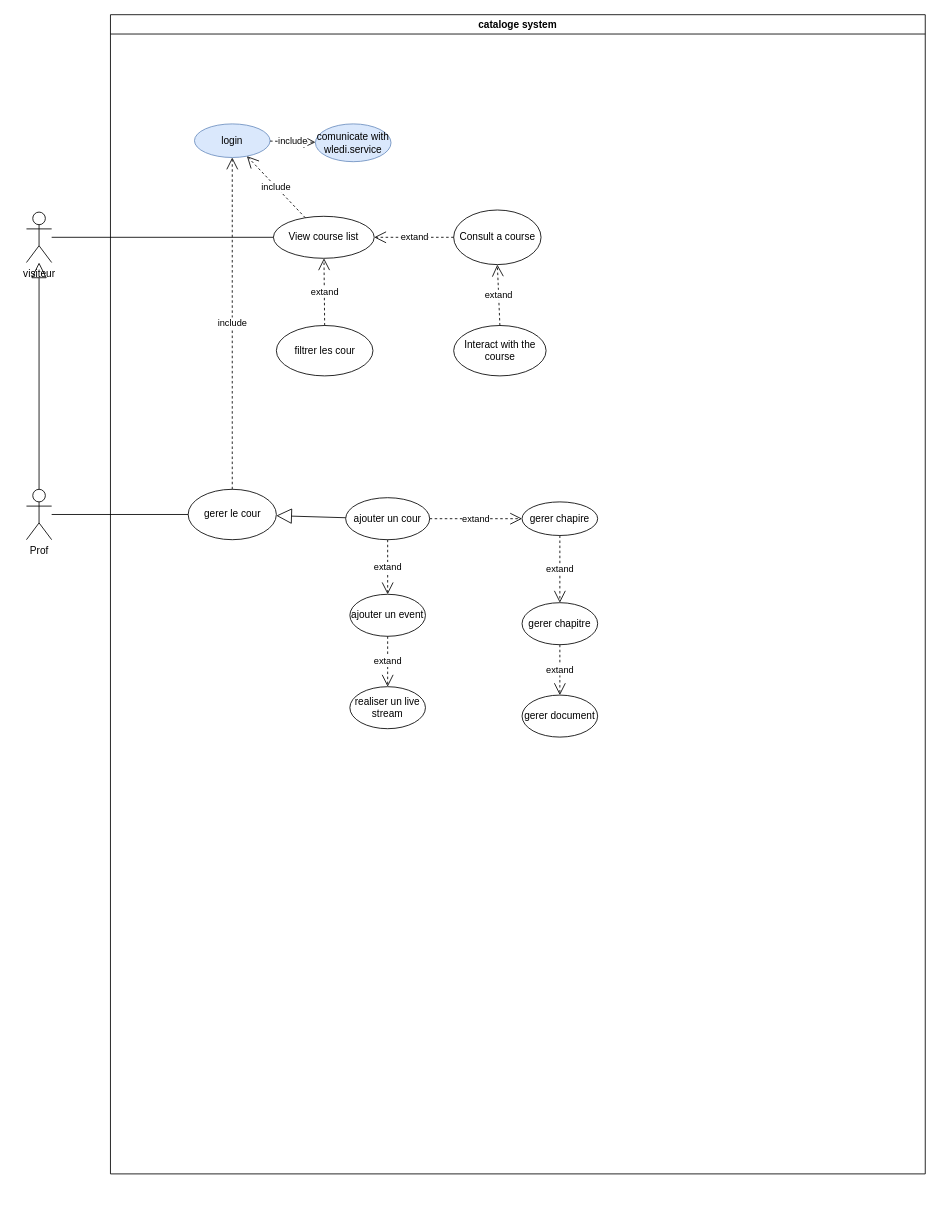
Earlier version of the draw.io diagram use_case_catalog.drawio (faresUnderScore999/test1.0). Source tidied: cells renumbered, new cells numbered last; positions are measured from the earlier drawing's top-left corner, leaving out a move shared by most shapes. Both pictures are drawn from the tidied source at 84%, with x=0, y=0 at pixel (26, 14).
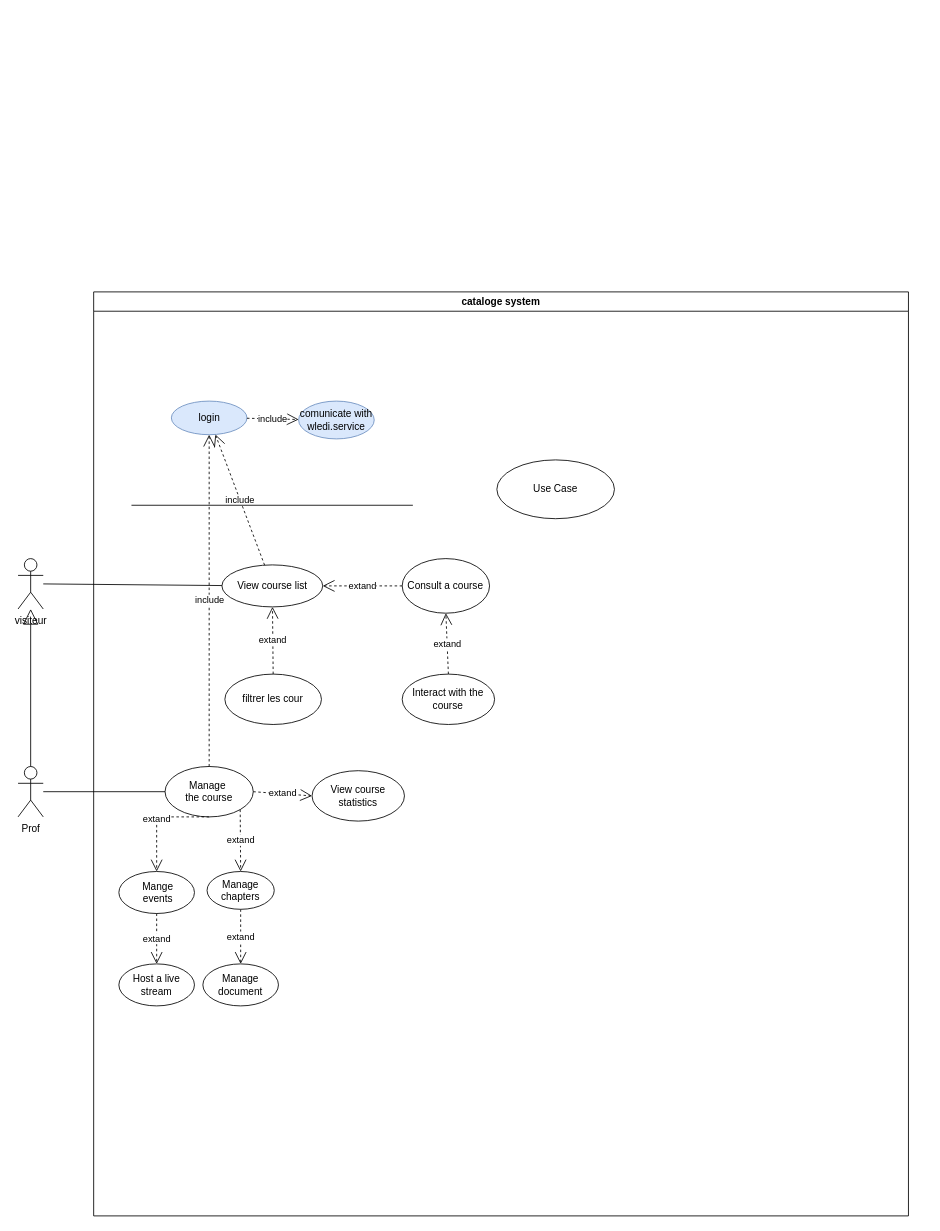
After the change.

Commit message (it also covers changes not shown here):
Mettre à jour use_case_catalog.drawio

What changed in the source:
```diff
@@
     <mxCell id="2" value="Prof" style="shape=umlActor;verticalLabelPosition=bottom;verticalAlign=top;html=1;" parent="1" vertex="1">
-      <mxGeometry y="565" width="30" height="60" as="geometry" />
+      <mxGeometry x="-10" y="895" width="30" height="60" as="geometry" />
     </mxCell>
     <mxCell id="3" value="cataloge system" style="swimlane;whiteSpace=wrap;html=1;" parent="1" vertex="1">
-      <mxGeometry x="100" width="970" height="1380" as="geometry" />
+      <mxGeometry x="80" y="330" width="970" height="1100" as="geometry" />
     </mxCell>
     <mxCell id="4" value="login" style="ellipse;whiteSpace=wrap;html=1;fillColor=#dae8fc;strokeColor=#6c8ebf;" parent="3" vertex="1">
-      <mxGeometry x="100" y="130" width="90" height="40" as="geometry" />
+      <mxGeometry x="92.5" y="130" width="90" height="40" as="geometry" />
     </mxCell>
@@
     <mxCell id="7" value="View course list" style="ellipse;whiteSpace=wrap;html=1;" parent="3" vertex="1">
-      <mxGeometry x="194" y="240" width="120" height="50" as="geometry" />
+      <mxGeometry x="152.7" y="325" width="120" height="50" as="geometry" />
     </mxCell>
@@
     <mxCell id="9" value="filtrer les cour" style="ellipse;whiteSpace=wrap;html=1;" parent="3" vertex="1">
-      <mxGeometry x="197.5" y="370" width="115" height="60" as="geometry" />
+      <mxGeometry x="156.2" y="455" width="115" height="60" as="geometry" />
     </mxCell>
@@
-    <mxCell id="11" value="gerer le cour" style="ellipse;whiteSpace=wrap;html=1;" parent="3" vertex="1">
-      <mxGeometry x="92.5" y="565" width="105" height="60" as="geometry" />
+    <mxCell id="11" value="Manage&amp;nbsp;&lt;div&gt;the course&lt;/div&gt;" style="ellipse;whiteSpace=wrap;html=1;" parent="3" vertex="1">
+      <mxGeometry x="85" y="565" width="105" height="60" as="geometry" />
     </mxCell>
-    <mxCell id="12" value="ajouter un cour" style="ellipse;whiteSpace=wrap;html=1;" parent="3" vertex="1">
-      <mxGeometry x="280" y="575" width="100" height="50" as="geometry" />
-    </mxCell>
-    <mxCell id="13" value="gerer chapitre" style="ellipse;whiteSpace=wrap;html=1;" parent="3" vertex="1">
-      <mxGeometry x="490" y="700" width="90" height="50" as="geometry" />
-    </mxCell>
-    <mxCell id="14" value="ajouter un event" style="ellipse;whiteSpace=wrap;html=1;" parent="3" vertex="1">
-      <mxGeometry x="285" y="690" width="90" height="50" as="geometry" />
+    <mxCell id="14" value="&amp;nbsp;Mange&lt;div&gt;&amp;nbsp;events&lt;/div&gt;" style="ellipse;whiteSpace=wrap;html=1;" parent="3" vertex="1">
+      <mxGeometry x="30" y="690" width="90" height="50" as="geometry" />
     </mxCell>
-    <mxCell id="15" value="extand" style="endArrow=open;endSize=12;dashed=1;html=1;rounded=0;" parent="3" edge="1" source="12" target="14">
-      <mxGeometry relative="1" as="geometry" />
+    <mxCell id="15" value="extand" style="endArrow=open;endSize=12;dashed=1;html=1;rounded=0;exitX=0.5;exitY=1;exitDx=0;exitDy=0;" parent="3" edge="1" source="11" target="14">
+      <mxGeometry relative="1" as="geometry">
+        <Array as="points">
+          <mxPoint x="75" y="625" />
+        </Array>
+      </mxGeometry>
     </mxCell>
-    <mxCell id="16" value="extand" style="endArrow=open;endSize=12;dashed=1;html=1;rounded=0;" parent="3" edge="1" source="23" target="13">
+    <mxCell id="16" value="extand" style="endArrow=open;endSize=12;dashed=1;html=1;rounded=0;entryX=0.5;entryY=0;entryDx=0;entryDy=0;" parent="3" edge="1" source="23" target="17">
       <mxGeometry relative="1" as="geometry" />
     </mxCell>
-    <mxCell id="17" value="gerer document" style="ellipse;whiteSpace=wrap;html=1;" parent="3" vertex="1">
-      <mxGeometry x="490" y="810" width="90" height="50" as="geometry" />
+    <mxCell id="17" value="Manage document" style="ellipse;whiteSpace=wrap;html=1;" parent="3" vertex="1">
+      <mxGeometry x="130" y="800" width="90" height="50" as="geometry" />
     </mxCell>
-    <mxCell id="18" value="extand" style="endArrow=open;endSize=12;dashed=1;html=1;rounded=0;" parent="3" edge="1" source="13" target="17">
-      <mxGeometry relative="1" as="geometry" />
-    </mxCell>
-    <mxCell id="19" value="realiser un live&lt;div&gt;stream&lt;/div&gt;" style="ellipse;whiteSpace=wrap;html=1;" parent="3" vertex="1">
-      <mxGeometry x="285" y="800" width="90" height="50" as="geometry" />
+    <mxCell id="19" value="Host a live stream" style="ellipse;whiteSpace=wrap;html=1;" parent="3" vertex="1">
+      <mxGeometry x="30" y="800" width="90" height="50" as="geometry" />
     </mxCell>
@@
     <mxCell id="22" value="Interact with the course" style="ellipse;whiteSpace=wrap;html=1;" parent="3" vertex="1">
-      <mxGeometry x="408.6" y="370" width="110" height="60" as="geometry" />
+      <mxGeometry x="367.3" y="455" width="110" height="60" as="geometry" />
     </mxCell>
-    <mxCell id="23" value="gerer chapire" style="ellipse;whiteSpace=wrap;html=1;" parent="3" vertex="1">
-      <mxGeometry x="490" y="580" width="90" height="40" as="geometry" />
+    <mxCell id="23" value="Manage chapters" style="ellipse;whiteSpace=wrap;html=1;" parent="3" vertex="1">
+      <mxGeometry x="135" y="690" width="80" height="45" as="geometry" />
     </mxCell>
-    <mxCell id="24" value="extand" style="endArrow=open;endSize=12;dashed=1;html=1;rounded=0;" parent="3" edge="1" source="12" target="23">
+    <mxCell id="24" value="extand" style="endArrow=open;endSize=12;dashed=1;html=1;rounded=0;exitX=1;exitY=1;exitDx=0;exitDy=0;" parent="3" edge="1" source="11" target="23">
       <mxGeometry relative="1" as="geometry" />
     </mxCell>
-    <mxCell id="25" style="endArrow=block;endSize=16;endFill=0;html=1;rounded=0;" parent="3" edge="1" source="12" target="11">
-      <mxGeometry relative="1" as="geometry" />
-    </mxCell>
     <mxCell id="26" value="Consult a course" style="ellipse;whiteSpace=wrap;html=1;" parent="3" vertex="1">
-      <mxGeometry x="408.6" y="232.5" width="104" height="65" as="geometry" />
+      <mxGeometry x="367.3" y="317.5" width="104" height="65" as="geometry" />
     </mxCell>
@@
+    <mxCell id="33" value="View course&lt;div&gt;statistics&lt;/div&gt;" style="ellipse;whiteSpace=wrap;html=1;" parent="3" vertex="1">
+      <mxGeometry x="260" y="570" width="110" height="60" as="geometry" />
+    </mxCell>
+    <mxCell id="18" value="extand" style="endArrow=open;endSize=12;dashed=1;html=1;rounded=0;exitX=1;exitY=0.5;exitDx=0;exitDy=0;entryX=0;entryY=0.5;entryDx=0;entryDy=0;" parent="3" edge="1" source="11" target="33">
+      <mxGeometry relative="1" as="geometry" />
+    </mxCell>
+    <mxCell id="34" value="Use Case" style="ellipse;whiteSpace=wrap;html=1;" parent="3" vertex="1">
+      <mxGeometry x="480" y="200" width="140" height="70" as="geometry" />
+    </mxCell>
+    <mxCell id="35" style="line;strokeWidth=1;fillColor=none;align=left;verticalAlign=middle;spacingTop=-1;spacingLeft=3;spacingRight=3;labelPosition=right;strokeColor=inherit;" parent="3" vertex="1">
+      <mxGeometry x="45" y="250" width="335" height="8" as="geometry" />
+    </mxCell>
@@
     <mxCell id="30" value="visiteur" style="shape=umlActor;verticalLabelPosition=bottom;verticalAlign=top;html=1;" parent="1" vertex="1">
-      <mxGeometry y="235" width="30" height="60" as="geometry" />
+      <mxGeometry x="-10" y="647.5" width="30" height="60" as="geometry" />
     </mxCell>
```
